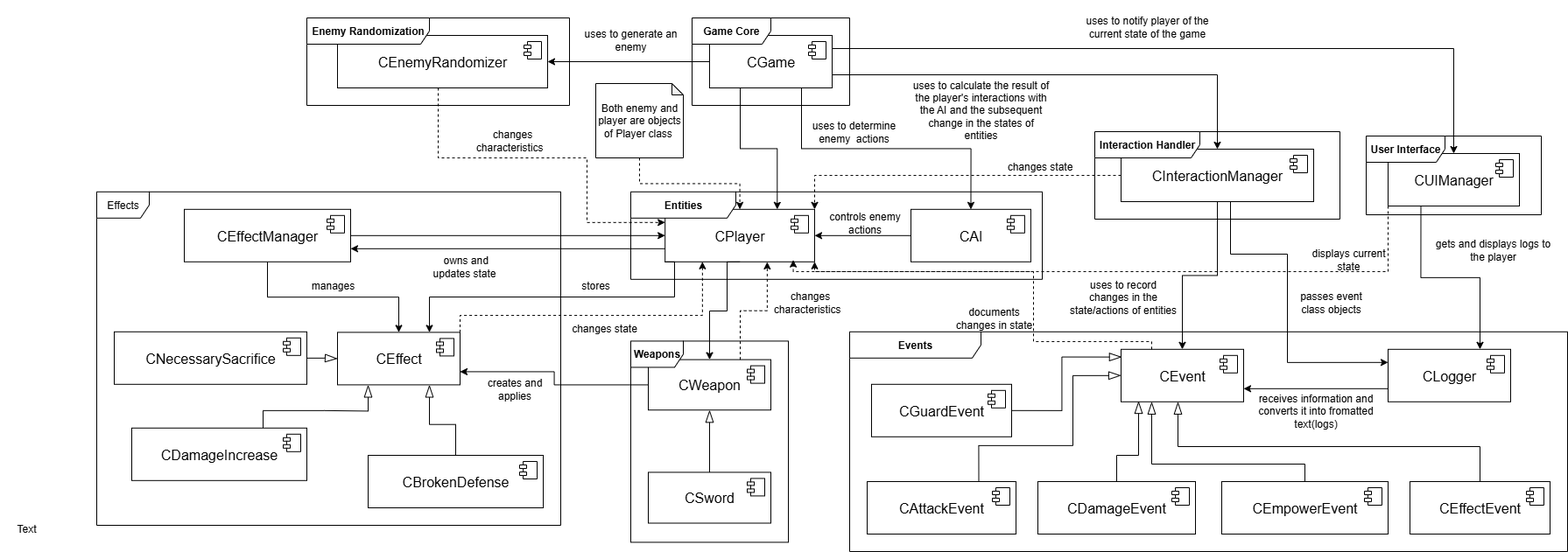
This is desc/components.png from kayumov-24B81/LabWork2, a draw.io export, as it was before one commit. Source tidied: cells renumbered, new cells last; positions are measured from the earlier drawing's top-left corner, leaving out a move shared by most shapes.
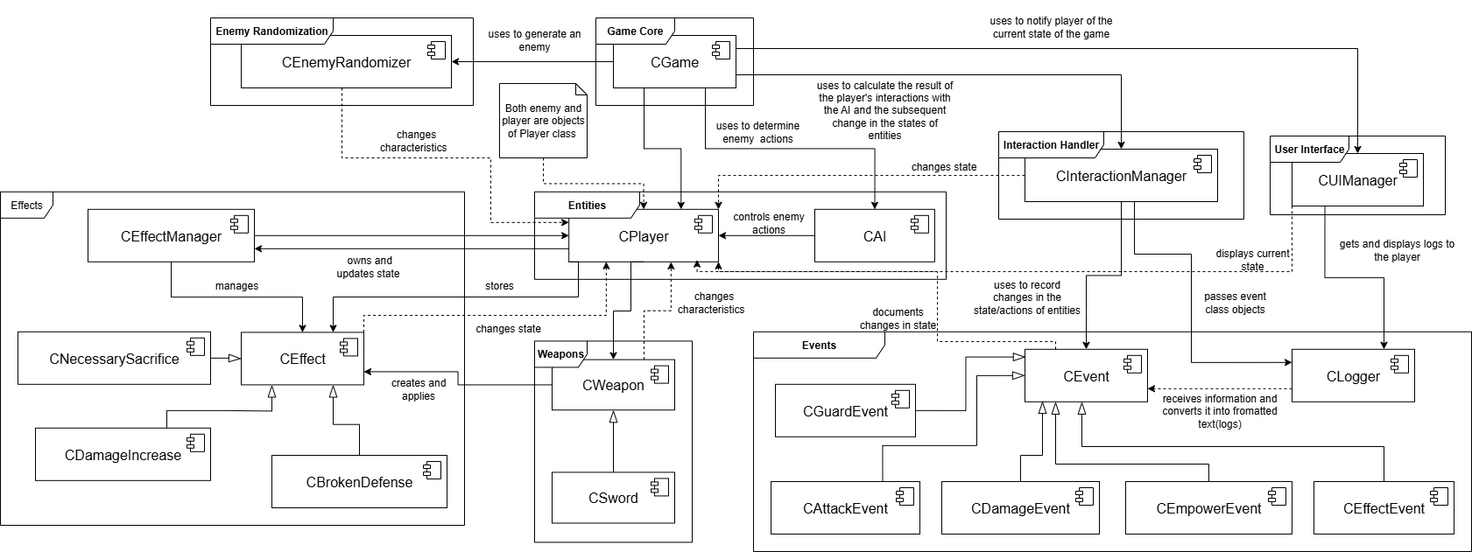
Above is the later version.

Commit message:
fixed connection between CEvent and CLogger

What changed in the source:
```diff
@@ -215,7 +215,7 @@
         <mxPoint x="-27" y="7" as="offset" />
       </mxGeometry>
     </mxCell>
-    <mxCell id="60" style="edgeStyle=orthogonalEdgeStyle;rounded=0;jettySize=auto;html=1;exitX=0;exitY=0.75;exitDx=0;exitDy=0;entryX=1;entryY=0.75;entryDx=0;entryDy=0;" parent="1" edge="1" source="61" target="58">
+    <mxCell id="60" style="edgeStyle=orthogonalEdgeStyle;rounded=0;jettySize=auto;html=1;exitX=0;exitY=0.75;exitDx=0;exitDy=0;entryX=1;entryY=0.75;entryDx=0;entryDy=0;dashed=1;" parent="1" edge="1" source="61" target="58">
       <mxGeometry relative="1" as="geometry" />
     </mxCell>
     <mxCell id="61" value="&lt;font style=&quot;font-size: 16px;&quot;&gt;CLogger&lt;/font&gt;" style="html=1;whiteSpace=wrap;labelBackgroundColor=default;" parent="1" vertex="1">
@@ -353,9 +353,6 @@
     <mxCell id="92" value="changes state" style="text;html=1;align=center;verticalAlign=middle;whiteSpace=wrap;rounded=0;" parent="1" vertex="1">
       <mxGeometry x="640" y="360" width="100" height="30" as="geometry" />
     </mxCell>
-    <mxCell id="93" value="Text" style="text;html=1;align=center;verticalAlign=middle;whiteSpace=wrap;rounded=0;" parent="1" vertex="1">
-      <mxGeometry y="589.4" width="60" height="30" as="geometry" />
-    </mxCell>
     <mxCell id="94" value="manages" style="text;html=1;align=center;verticalAlign=middle;whiteSpace=wrap;rounded=0;" parent="1" vertex="1">
       <mxGeometry x="350" y="311.2" width="60" height="30" as="geometry" />
     </mxCell>
```
